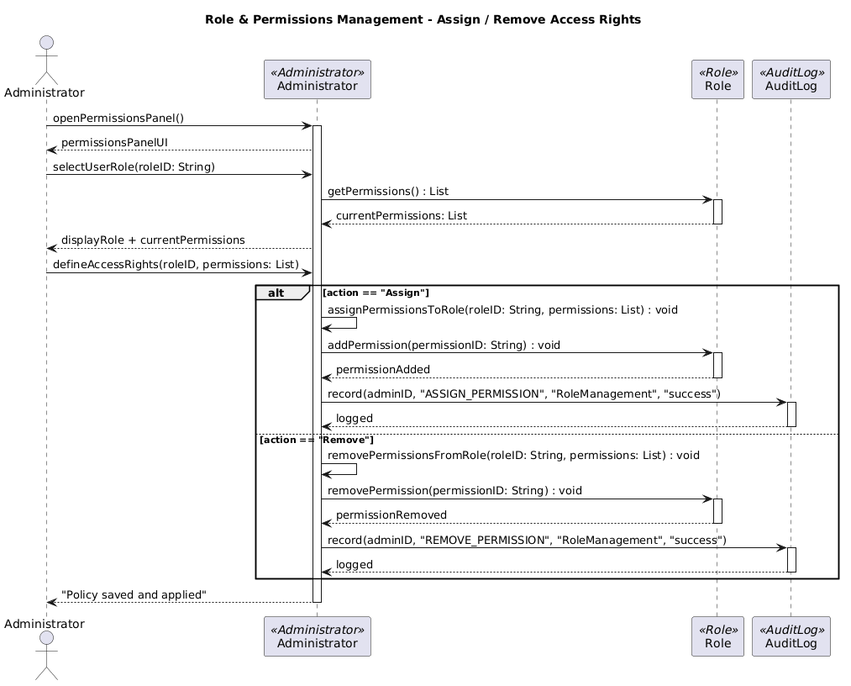
Above: Diagrams/Sequence Diagrams/BS_UM_03.png in erindkotobelli12/BankManagementSystem (PlantUML), before the change.
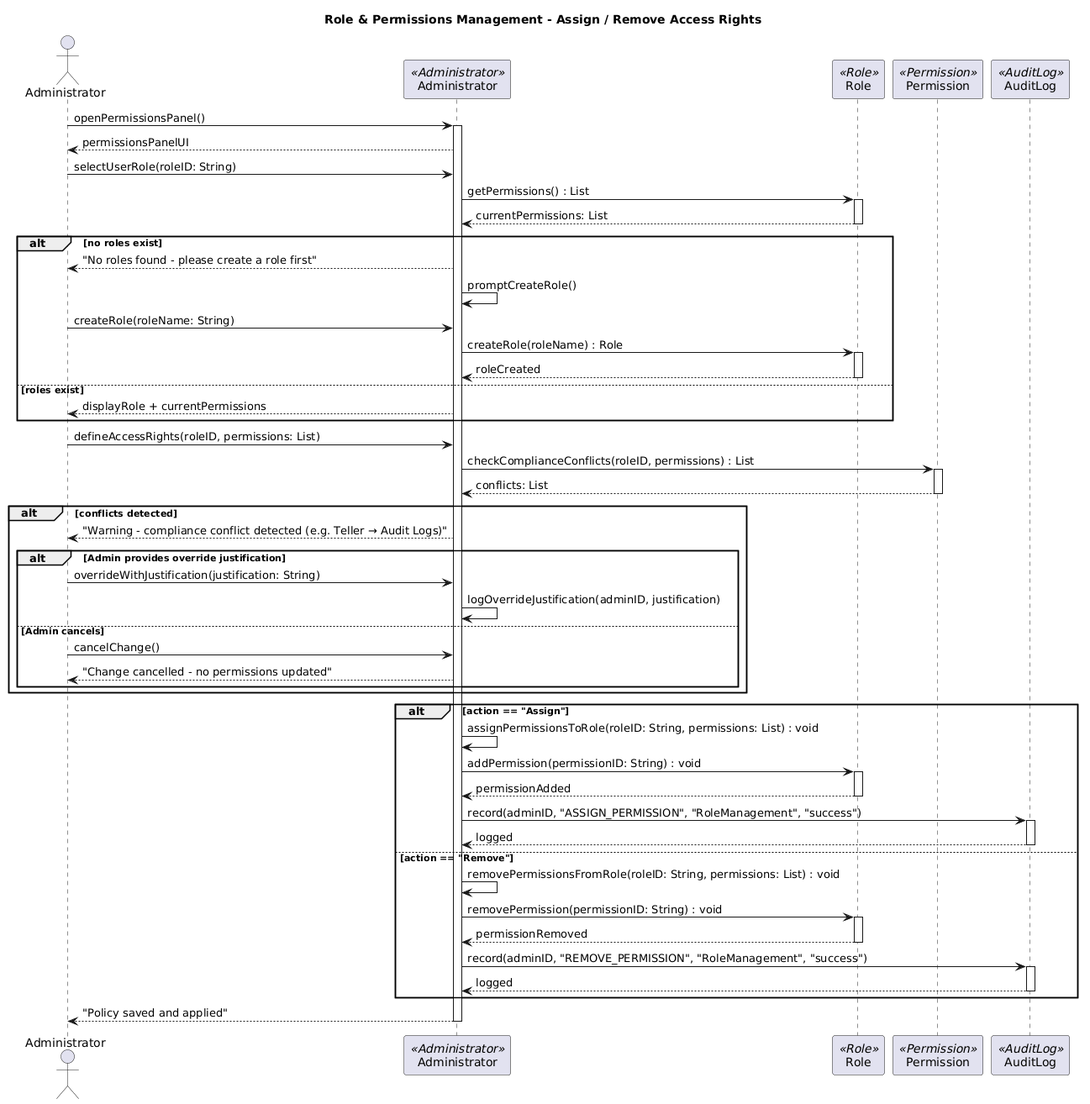
The same file after the commit.

Change to the diagram source:
```diff
@@ -1,9 +1,9 @@
 @startuml
 title Role & Permissions Management - Assign / Remove Access Rights
-
 actor "Administrator" as Admin
 participant "Administrator" as AC <<Administrator>>
 participant "Role" as R <<Role>>
+participant "Permission" as P <<Permission>>
 participant "AuditLog" as AL <<AuditLog>>
 
 Admin -> AC : openPermissionsPanel()
@@ -15,9 +15,36 @@
 activate R
 R --> AC : currentPermissions: List
 deactivate R
-AC --> Admin : displayRole + currentPermissions
+
+alt no roles exist
+    AC --> Admin : "No roles found - please create a role first"
+    AC -> AC : promptCreateRole()
+    Admin -> AC : createRole(roleName: String)
+    AC -> R : createRole(roleName) : Role
+    activate R
+    R --> AC : roleCreated
+    deactivate R
+else roles exist
+    AC --> Admin : displayRole + currentPermissions
+end
 
 Admin -> AC : defineAccessRights(roleID, permissions: List)
+
+AC -> P : checkComplianceConflicts(roleID, permissions) : List
+activate P
+P --> AC : conflicts: List
+deactivate P
+
+alt conflicts detected
+    AC --> Admin : "Warning - compliance conflict detected (e.g. Teller → Audit Logs)"
+    alt Admin provides override justification
+        Admin -> AC : overrideWithJustification(justification: String)
+        AC -> AC : logOverrideJustification(adminID, justification)
+    else Admin cancels
+        Admin -> AC : cancelChange()
+        AC --> Admin : "Change cancelled - no permissions updated"
+    end
+end
 
 alt action == "Assign"
     AC -> AC : assignPermissionsToRole(roleID: String, permissions: List) : void
@@ -29,7 +56,6 @@
     activate AL
     AL --> AC : logged
     deactivate AL
-
 else action == "Remove"
     AC -> AC : removePermissionsFromRole(roleID: String, permissions: List) : void
     AC -> R : removePermission(permissionID: String) : void
```
